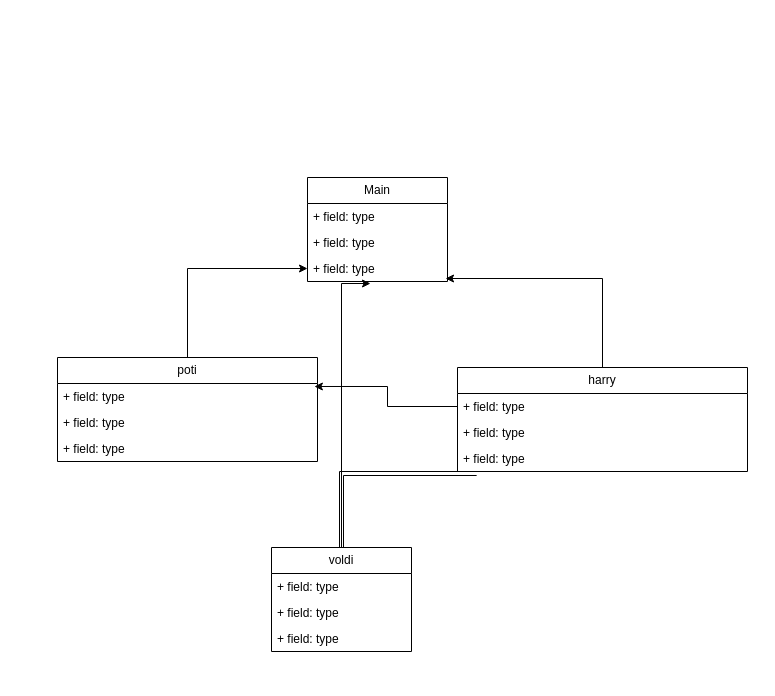
This is Megnevezetlen diagram.drawio from basiliscusgame/basiliscus, a draw.io file, before an edit. Source tidied: cells renumbered, new cells numbered last; positions are measured from the earlier drawing's top-left corner, leaving out a move shared by most shapes. Both pictures are drawn from the tidied source at 100%, with x=0, y=0 at pixel (57, 177).
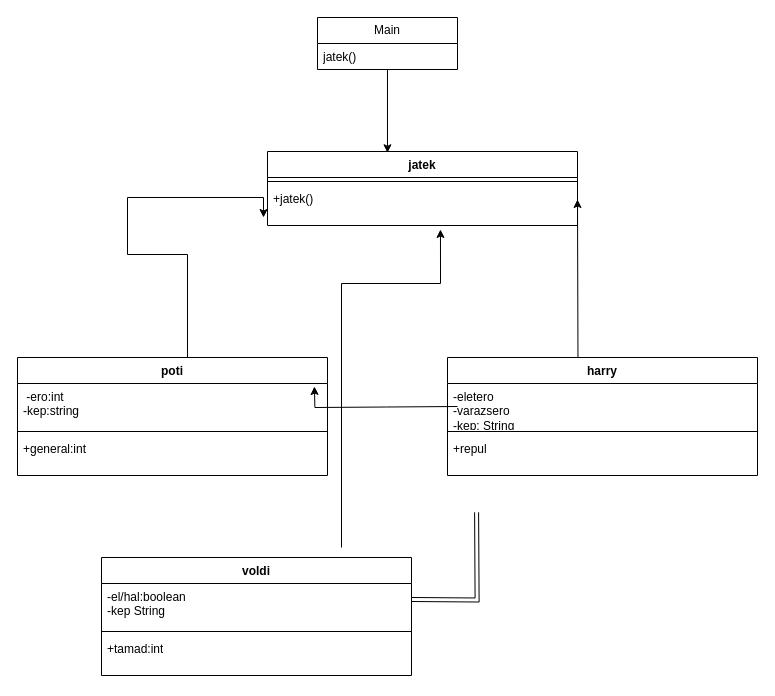
The same page after the edit.

Change to the diagram source:
```diff
@@
-    <mxCell id="2" style="edgeStyle=orthogonalEdgeStyle;rounded=0;jettySize=auto;html=1;entryX=0;entryY=0.5;entryDx=0;entryDy=0;" parent="1" edge="1" source="3" target="16">
-      <mxGeometry relative="1" as="geometry" />
+    <mxCell id="2" style="edgeStyle=orthogonalEdgeStyle;rounded=0;orthogonalLoop=1;jettySize=auto;html=1;entryX=-0.013;entryY=0.909;entryDx=0;entryDy=0;entryPerimeter=0;" parent="1" edge="1">
+      <mxGeometry relative="1" as="geometry">
+        <mxPoint x="130" y="180" as="sourcePoint" />
+        <mxPoint x="206" y="40" as="targetPoint" />
+        <Array as="points">
+          <mxPoint x="130" y="77" />
+          <mxPoint x="70" y="77" />
+          <mxPoint x="70" y="20" />
+          <mxPoint x="206" y="20" />
+        </Array>
+      </mxGeometry>
     </mxCell>
-    <mxCell id="3" value="poti" style="swimlane;fontStyle=0;horizontal=1;startSize=26;fillColor=none;whiteSpace=wrap;html=1;" parent="1" vertex="1">
-      <mxGeometry y="180" width="260" height="104" as="geometry" />
-    </mxCell>
-    <mxCell id="4" value="+ field: type" style="text;strokeColor=none;fillColor=none;align=left;verticalAlign=top;spacingLeft=4;spacingRight=4;overflow=hidden;points=[[0,0.5],[1,0.5]];portConstraint=eastwest;whiteSpace=wrap;html=1;" parent="3" vertex="1">
-      <mxGeometry y="26" width="260" height="26" as="geometry" />
-    </mxCell>
-    <mxCell id="5" value="+ field: type" style="text;strokeColor=none;fillColor=none;align=left;verticalAlign=top;spacingLeft=4;spacingRight=4;overflow=hidden;whiteSpace=wrap;html=1;" parent="3" vertex="1">
-      <mxGeometry y="52" width="260" height="26" as="geometry" />
-    </mxCell>
-    <mxCell id="6" value="+ field: type" style="text;strokeColor=none;fillColor=none;align=left;verticalAlign=top;spacingLeft=4;spacingRight=4;overflow=hidden;whiteSpace=wrap;html=1;" parent="3" vertex="1">
-      <mxGeometry y="78" width="260" height="26" as="geometry" />
-    </mxCell>
-    <mxCell id="7" style="edgeStyle=orthogonalEdgeStyle;rounded=0;orthogonalLoop=1;jettySize=auto;html=1;exitX=1;exitY=0.5;exitDx=0;exitDy=0;" parent="3" edge="1" source="4" target="4">
-      <mxGeometry relative="1" as="geometry" />
-    </mxCell>
-    <mxCell id="8" style="edgeStyle=orthogonalEdgeStyle;rounded=0;jettySize=auto;html=1;entryX=0.986;entryY=0.885;entryDx=0;entryDy=0;entryPerimeter=0;" parent="1" edge="1" source="9" target="16">
-      <mxGeometry relative="1" as="geometry" />
+    <mxCell id="8" style="edgeStyle=orthogonalEdgeStyle;rounded=0;orthogonalLoop=1;jettySize=auto;html=1;entryX=1;entryY=0.5;entryDx=0;entryDy=0;" parent="1" edge="1">
+      <mxGeometry relative="1" as="geometry">
+        <mxPoint x="545" y="190" as="sourcePoint" />
+        <mxPoint x="520" y="22" as="targetPoint" />
+      </mxGeometry>
     </mxCell>
-    <mxCell id="9" value="harry&lt;br&gt;" style="swimlane;fontStyle=0;horizontal=1;startSize=26;fillColor=none;whiteSpace=wrap;html=1;" parent="1" vertex="1">
-      <mxGeometry x="400" y="190" width="290" height="104" as="geometry" />
-    </mxCell>
-    <mxCell id="10" value="+ field: type" style="text;strokeColor=none;fillColor=none;align=left;verticalAlign=top;spacingLeft=4;spacingRight=4;overflow=hidden;points=[[0,0.5],[1,0.5]];portConstraint=eastwest;whiteSpace=wrap;html=1;" parent="9" vertex="1">
-      <mxGeometry y="26" width="290" height="26" as="geometry" />
-    </mxCell>
-    <mxCell id="11" value="+ field: type" style="text;strokeColor=none;fillColor=none;align=left;verticalAlign=top;spacingLeft=4;spacingRight=4;overflow=hidden;whiteSpace=wrap;html=1;" parent="9" vertex="1">
-      <mxGeometry y="52" width="290" height="26" as="geometry" />
-    </mxCell>
-    <mxCell id="12" value="+ field: type" style="text;strokeColor=none;fillColor=none;align=left;verticalAlign=top;spacingLeft=4;spacingRight=4;overflow=hidden;points=[[0,0.5],[1,0.5]];portConstraint=eastwest;whiteSpace=wrap;html=1;" parent="9" vertex="1">
-      <mxGeometry y="78" width="290" height="26" as="geometry" />
-    </mxCell>
+    <mxCell id="24" style="edgeStyle=orthogonalEdgeStyle;rounded=0;jettySize=auto;html=1;entryX=0.387;entryY=0.017;entryDx=0;entryDy=0;entryPerimeter=0;" parent="1" edge="1" source="13" target="34">
+      <mxGeometry relative="1" as="geometry" />
+    </mxCell>
     <mxCell id="13" value="Main&lt;br&gt;" style="swimlane;fontStyle=0;horizontal=1;startSize=26;fillColor=none;whiteSpace=wrap;html=1;" parent="1" vertex="1">
-      <mxGeometry x="250" width="140" height="104" as="geometry" />
+      <mxGeometry x="260" y="-160" width="140" height="52" as="geometry" />
     </mxCell>
-    <mxCell id="14" value="+ field: type" style="text;strokeColor=none;fillColor=none;align=left;verticalAlign=top;spacingLeft=4;spacingRight=4;overflow=hidden;whiteSpace=wrap;html=1;" parent="13" vertex="1">
+    <mxCell id="14" value="jatek()" style="text;strokeColor=none;fillColor=none;align=left;verticalAlign=top;spacingLeft=4;spacingRight=4;overflow=hidden;whiteSpace=wrap;html=1;" parent="13" vertex="1">
       <mxGeometry y="26" width="140" height="26" as="geometry" />
     </mxCell>
-    <mxCell id="15" value="+ field: type" style="text;strokeColor=none;fillColor=none;align=left;verticalAlign=top;spacingLeft=4;spacingRight=4;overflow=hidden;whiteSpace=wrap;html=1;" parent="13" vertex="1">
-      <mxGeometry y="52" width="140" height="26" as="geometry" />
-    </mxCell>
-    <mxCell id="16" value="+ field: type" style="text;strokeColor=none;fillColor=none;align=left;verticalAlign=top;spacingLeft=4;spacingRight=4;overflow=hidden;points=[[0,0.5],[1,0.5]];portConstraint=eastwest;whiteSpace=wrap;html=1;" parent="13" vertex="1">
-      <mxGeometry y="78" width="140" height="26" as="geometry" />
-    </mxCell>
-    <mxCell id="17" style="edgeStyle=orthogonalEdgeStyle;rounded=0;jettySize=auto;html=1;entryX=0.066;entryY=1.077;entryDx=0;entryDy=0;entryPerimeter=0;shape=link;" parent="1" edge="1" source="19" target="12">
-      <mxGeometry relative="1" as="geometry" />
+    <mxCell id="17" style="edgeStyle=orthogonalEdgeStyle;rounded=0;orthogonalLoop=1;jettySize=auto;html=1;entryX=0.066;entryY=1.077;entryDx=0;entryDy=0;entryPerimeter=0;shape=link;" parent="1" edge="1">
+      <mxGeometry relative="1" as="geometry">
+        <mxPoint x="354" y="422" as="sourcePoint" />
+        <mxPoint x="419.1" y="334.8" as="targetPoint" />
+      </mxGeometry>
     </mxCell>
-    <mxCell id="18" style="edgeStyle=orthogonalEdgeStyle;rounded=0;jettySize=auto;html=1;entryX=0.45;entryY=1.077;entryDx=0;entryDy=0;entryPerimeter=0;" parent="1" edge="1" source="19" target="16">
+    <mxCell id="18" style="edgeStyle=orthogonalEdgeStyle;rounded=0;jettySize=auto;html=1;entryX=0.558;entryY=1.1;entryDx=0;entryDy=0;entryPerimeter=0;" parent="1" edge="1" target="36">
       <mxGeometry relative="1" as="geometry">
+        <mxPoint x="284" y="370" as="sourcePoint" />
         <Array as="points">
           <mxPoint x="284" y="106" />
+          <mxPoint x="383" y="106" />
         </Array>
       </mxGeometry>
     </mxCell>
+    <mxCell id="23" style="edgeStyle=orthogonalEdgeStyle;rounded=0;orthogonalLoop=1;jettySize=auto;html=1;entryX=0.988;entryY=0.115;entryDx=0;entryDy=0;entryPerimeter=0;" parent="1" edge="1">
+      <mxGeometry relative="1" as="geometry">
+        <mxPoint x="400" y="229" as="sourcePoint" />
+        <mxPoint x="256.9" y="209" as="targetPoint" />
+      </mxGeometry>
+    </mxCell>
+    <mxCell id="9" value="harry" style="swimlane;fontStyle=1;align=center;verticalAlign=top;horizontal=1;startSize=26;whiteSpace=wrap;html=1;" parent="1" vertex="1">
+      <mxGeometry x="390" y="180" width="310" height="118" as="geometry" />
+    </mxCell>
+    <mxCell id="25" value="-eletero&lt;br&gt;-varazsero&lt;br&gt;-kep: String" style="text;strokeColor=none;fillColor=none;align=left;verticalAlign=top;spacingLeft=4;spacingRight=4;overflow=hidden;whiteSpace=wrap;html=1;" parent="9" vertex="1">
+      <mxGeometry y="26" width="310" height="44" as="geometry" />
+    </mxCell>
+    <mxCell id="26" style="line;strokeWidth=1;fillColor=none;align=left;verticalAlign=middle;spacingTop=-1;spacingLeft=3;spacingRight=3;labelPosition=right;strokeColor=inherit;" parent="9" vertex="1">
+      <mxGeometry y="70" width="310" height="8" as="geometry" />
+    </mxCell>
+    <mxCell id="27" value="+repul" style="text;strokeColor=none;fillColor=none;align=left;verticalAlign=top;spacingLeft=4;spacingRight=4;overflow=hidden;whiteSpace=wrap;html=1;" parent="9" vertex="1">
+      <mxGeometry y="78" width="310" height="40" as="geometry" />
+    </mxCell>
+    <mxCell id="3" value="poti" style="swimlane;fontStyle=1;align=center;verticalAlign=top;horizontal=1;startSize=26;whiteSpace=wrap;html=1;" parent="1" vertex="1">
+      <mxGeometry x="-40" y="180" width="310" height="118" as="geometry" />
+    </mxCell>
+    <mxCell id="28" value="&amp;nbsp;-ero:int&lt;br&gt;-kep:string" style="text;strokeColor=none;fillColor=none;align=left;verticalAlign=top;spacingLeft=4;spacingRight=4;overflow=hidden;whiteSpace=wrap;html=1;" parent="3" vertex="1">
+      <mxGeometry y="26" width="310" height="44" as="geometry" />
+    </mxCell>
+    <mxCell id="29" style="line;strokeWidth=1;fillColor=none;align=left;verticalAlign=middle;spacingTop=-1;spacingLeft=3;spacingRight=3;labelPosition=right;strokeColor=inherit;" parent="3" vertex="1">
+      <mxGeometry y="70" width="310" height="8" as="geometry" />
+    </mxCell>
+    <mxCell id="30" value="+general:int" style="text;strokeColor=none;fillColor=none;align=left;verticalAlign=top;spacingLeft=4;spacingRight=4;overflow=hidden;whiteSpace=wrap;html=1;" parent="3" vertex="1">
+      <mxGeometry y="78" width="310" height="40" as="geometry" />
+    </mxCell>
-    <mxCell id="19" value="voldi&lt;br&gt;" style="swimlane;fontStyle=0;horizontal=1;startSize=26;fillColor=none;whiteSpace=wrap;html=1;" parent="1" vertex="1">
-      <mxGeometry x="214" y="370" width="140" height="104" as="geometry" />
+    <mxCell id="19" value="voldi" style="swimlane;fontStyle=1;align=center;verticalAlign=top;horizontal=1;startSize=26;whiteSpace=wrap;html=1;" parent="1" vertex="1">
+      <mxGeometry x="44" y="380" width="310" height="118" as="geometry" />
     </mxCell>
-    <mxCell id="20" value="+ field: type" style="text;strokeColor=none;fillColor=none;align=left;verticalAlign=top;spacingLeft=4;spacingRight=4;overflow=hidden;whiteSpace=wrap;html=1;" parent="19" vertex="1">
-      <mxGeometry y="26" width="140" height="26" as="geometry" />
-    </mxCell>
-    <mxCell id="21" value="+ field: type" style="text;strokeColor=none;fillColor=none;align=left;verticalAlign=top;spacingLeft=4;spacingRight=4;overflow=hidden;whiteSpace=wrap;html=1;" parent="19" vertex="1">
-      <mxGeometry y="52" width="140" height="26" as="geometry" />
-    </mxCell>
-    <mxCell id="22" value="+ field: type" style="text;strokeColor=none;fillColor=none;align=left;verticalAlign=top;spacingLeft=4;spacingRight=4;overflow=hidden;whiteSpace=wrap;html=1;" parent="19" vertex="1">
-      <mxGeometry y="78" width="140" height="26" as="geometry" />
-    </mxCell>
-    <mxCell id="23" style="edgeStyle=orthogonalEdgeStyle;rounded=0;jettySize=auto;html=1;entryX=0.988;entryY=0.115;entryDx=0;entryDy=0;entryPerimeter=0;" parent="1" edge="1" source="10" target="4">
-      <mxGeometry relative="1" as="geometry" />
-    </mxCell>
+    <mxCell id="31" value="-el/hal:boolean&lt;br&gt;-kep String" style="text;strokeColor=none;fillColor=none;align=left;verticalAlign=top;spacingLeft=4;spacingRight=4;overflow=hidden;whiteSpace=wrap;html=1;" parent="19" vertex="1">
+      <mxGeometry y="26" width="310" height="44" as="geometry" />
+    </mxCell>
+    <mxCell id="32" style="line;strokeWidth=1;fillColor=none;align=left;verticalAlign=middle;spacingTop=-1;spacingLeft=3;spacingRight=3;labelPosition=right;strokeColor=inherit;" parent="19" vertex="1">
+      <mxGeometry y="70" width="310" height="8" as="geometry" />
+    </mxCell>
+    <mxCell id="33" value="+tamad:int" style="text;strokeColor=none;fillColor=none;align=left;verticalAlign=top;spacingLeft=4;spacingRight=4;overflow=hidden;whiteSpace=wrap;html=1;" parent="19" vertex="1">
+      <mxGeometry y="78" width="310" height="40" as="geometry" />
+    </mxCell>
+    <mxCell id="34" value="jatek" style="swimlane;fontStyle=1;align=center;verticalAlign=top;horizontal=1;startSize=26;whiteSpace=wrap;html=1;" parent="1" vertex="1">
+      <mxGeometry x="210" y="-26" width="310" height="74" as="geometry" />
+    </mxCell>
+    <mxCell id="35" style="line;strokeWidth=1;fillColor=none;align=left;verticalAlign=middle;spacingTop=-1;spacingLeft=3;spacingRight=3;labelPosition=right;strokeColor=inherit;" parent="34" vertex="1">
+      <mxGeometry y="26" width="310" height="8" as="geometry" />
+    </mxCell>
+    <mxCell id="36" value="+jatek()" style="text;strokeColor=none;fillColor=none;align=left;verticalAlign=top;spacingLeft=4;spacingRight=4;overflow=hidden;points=[[0,0.5],[1,0.5]];portConstraint=eastwest;whiteSpace=wrap;html=1;" parent="34" vertex="1">
+      <mxGeometry y="34" width="310" height="40" as="geometry" />
+    </mxCell>
```
